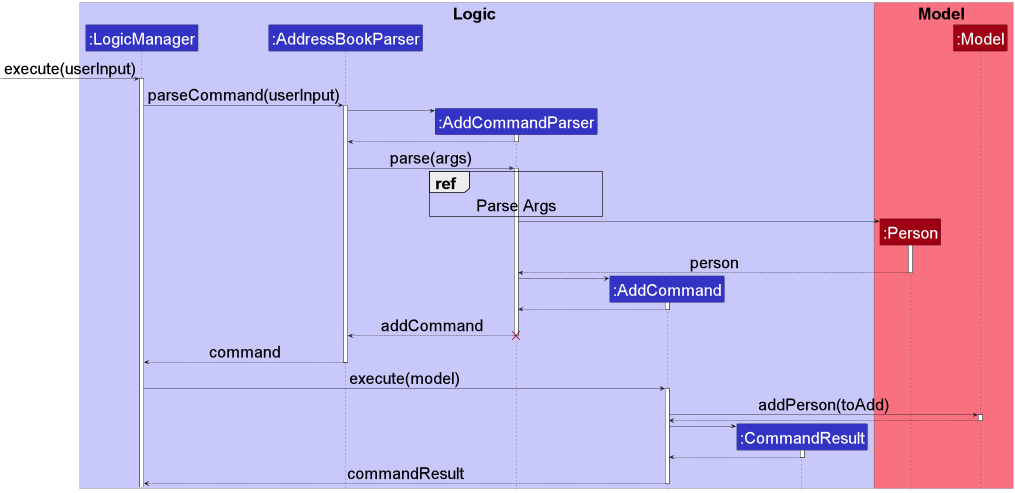
This is docs/images/dg-images/AddCommandSequenceDiagram.png from nus-cs2103-AY2223S1/tp, a PlantUML export, as it was before one commit.
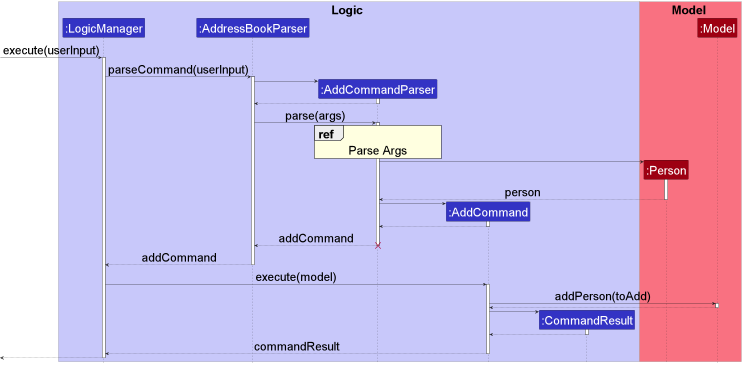
The same diagram one commit later.

Diff of the diagram source:
```diff
@@ -2,6 +2,7 @@
 !include style.puml
 
 skinparam defaultFontSize 40
+skinparam SequenceReferencebackgroundColor LightYellow
 
 box Logic LOGIC_COLOR_T1
 participant ":LogicManager" as LogicManager LOGIC_COLOR
@@ -42,7 +43,7 @@
 return
 return addCommand
 destroy AddCommandParser
-return command
+return addCommand
 LogicManager->AddCommand++: execute(model)
 
 AddCommand -> Model: addPerson(toAdd)
@@ -54,5 +55,6 @@
 return
 
 return commandResult
+return
 
 @enduml
```
